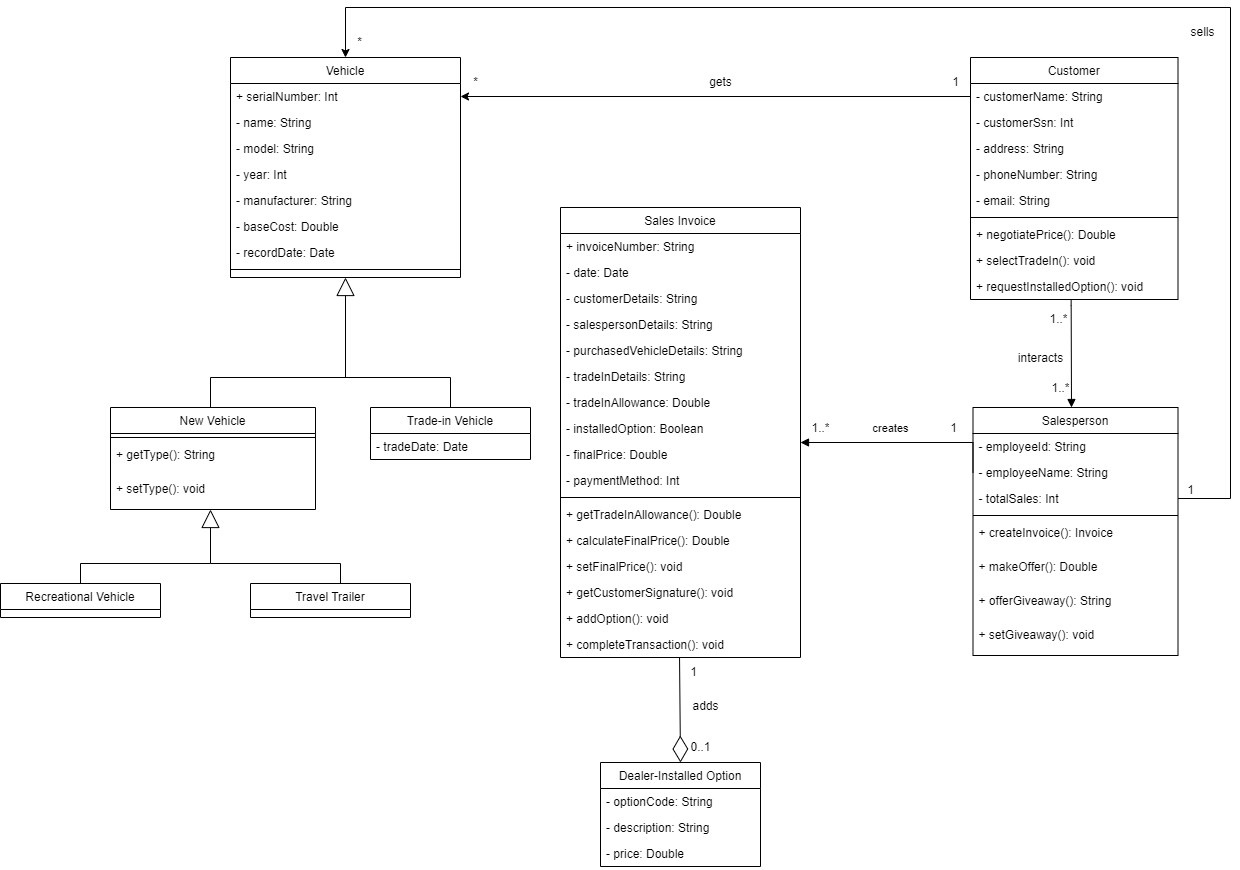
Before: holiday_travel_vehicles.drawio.png, a diagram exported from draw.io (LarryChenCode/IS7020_diagrams). Source tidied: cells renumbered, new cells last; positions are measured from the earlier drawing's top-left corner, leaving out a move shared by most shapes.
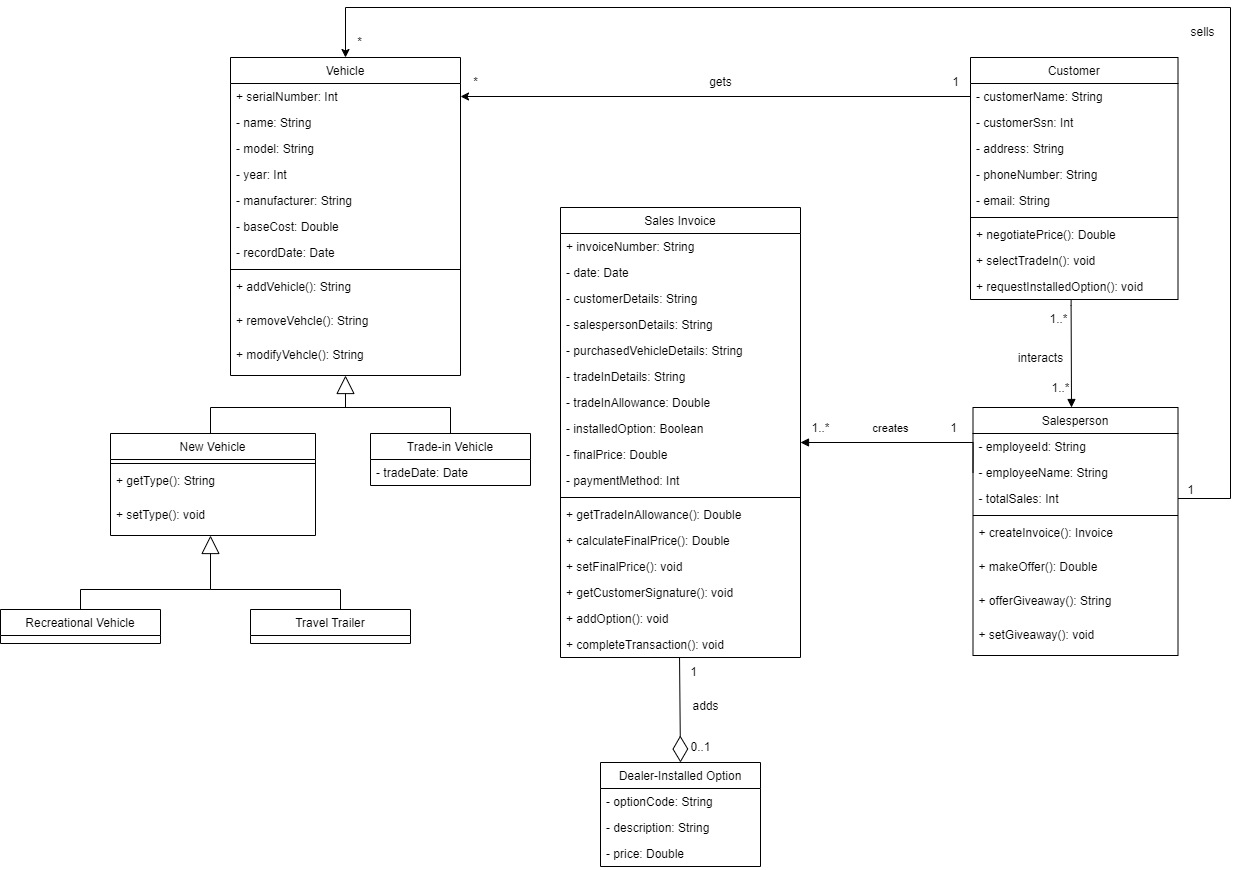
After the commit.

What changed in the source:
```diff
@@ -3,7 +3,7 @@
     <mxCell id="0" />
     <mxCell id="1" parent="0" />
     <mxCell id="2" value="Vehicle" style="swimlane;fontStyle=0;align=center;verticalAlign=top;horizontal=1;startSize=26;rounded=0;shadow=0;strokeWidth=1;" parent="1" vertex="1">
-      <mxGeometry x="230" y="50" width="230" height="220" as="geometry" />
+      <mxGeometry x="230" y="50" width="230" height="318" as="geometry" />
     </mxCell>
     <mxCell id="3" value="+ serialNumber: Int" style="text;align=left;verticalAlign=top;spacingLeft=4;spacingRight=4;overflow=hidden;points=[[0,0.5],[1,0.5]];portConstraint=eastwest;" parent="2" vertex="1">
       <mxGeometry y="26" width="230" height="26" as="geometry" />
@@ -29,6 +29,15 @@
     <mxCell id="10" style="line;html=1;strokeWidth=1;align=left;verticalAlign=middle;spacingTop=-1;spacingLeft=3;spacingRight=3;labelPosition=right;" parent="2" vertex="1">
       <mxGeometry y="208" width="230" height="8" as="geometry" />
     </mxCell>
+    <mxCell id="84" value="+ addVehicle(): String" style="text;align=left;verticalAlign=top;spacingLeft=4;spacingRight=4;overflow=hidden;fontStyle=0;" parent="2" vertex="1">
+      <mxGeometry y="216" width="230" height="34" as="geometry" />
+    </mxCell>
+    <mxCell id="85" value="+ removeVehcle(): String" style="text;align=left;verticalAlign=top;spacingLeft=4;spacingRight=4;overflow=hidden;fontStyle=0;" parent="2" vertex="1">
+      <mxGeometry y="250" width="230" height="34" as="geometry" />
+    </mxCell>
+    <mxCell id="86" value="+ modifyVehcle(): String" style="text;align=left;verticalAlign=top;spacingLeft=4;spacingRight=4;overflow=hidden;fontStyle=0;" parent="2" vertex="1">
+      <mxGeometry y="284" width="230" height="34" as="geometry" />
+    </mxCell>
     <mxCell id="11" style="edgeStyle=orthogonalEdgeStyle;rounded=0;jettySize=auto;html=1;entryX=0.5;entryY=0;entryDx=0;entryDy=0;exitX=1;exitY=0.5;exitDx=0;exitDy=0;" parent="1" edge="1" source="15" target="2">
       <mxGeometry relative="1" as="geometry">
         <Array as="points">
@@ -193,26 +202,27 @@
     <mxCell id="57" value="1..*" style="text;html=1;align=center;verticalAlign=middle;strokeColor=none;fillColor=none;" parent="1" vertex="1">
       <mxGeometry x="800" y="406" width="40" height="30" as="geometry" />
     </mxCell>
-    <mxCell id="58" style="endArrow=block;endSize=16;endFill=0;html=1;rounded=0;entryX=0.5;entryY=1;entryDx=0;entryDy=0;exitX=0.5;exitY=0;exitDx=0;exitDy=0;edgeStyle=orthogonalEdgeStyle;" parent="1" edge="1" source="59" target="2">
+    <mxCell id="58" style="endArrow=block;endSize=16;endFill=0;html=1;rounded=0;exitX=0.5;exitY=0;exitDx=0;exitDy=0;edgeStyle=orthogonalEdgeStyle;entryX=0.5;entryY=1;entryDx=0;entryDy=0;" parent="1" edge="1" source="59" target="2">
       <mxGeometry relative="1" as="geometry">
         <Array as="points">
-          <mxPoint x="450" y="370" />
-          <mxPoint x="345" y="370" />
+          <mxPoint x="450" y="400" />
+          <mxPoint x="345" y="400" />
         </Array>
       </mxGeometry>
     </mxCell>
     <mxCell id="59" value="Trade-in Vehicle" style="swimlane;fontStyle=0;align=center;verticalAlign=top;horizontal=1;startSize=26;rounded=0;shadow=0;strokeWidth=1;" parent="1" vertex="1">
-      <mxGeometry x="370" y="400" width="160" height="52" as="geometry" />
+      <mxGeometry x="370" y="426" width="160" height="52" as="geometry" />
     </mxCell>
     <mxCell id="60" value="- tradeDate: Date" style="text;align=left;verticalAlign=top;spacingLeft=4;spacingRight=4;overflow=hidden;rounded=0;shadow=0;html=0;" parent="59" vertex="1">
       <mxGeometry y="26" width="160" height="26" as="geometry" />
     </mxCell>
     <mxCell id="61" style="endArrow=none;html=1;edgeStyle=orthogonalEdgeStyle;rounded=0;exitX=0.5;exitY=0;exitDx=0;exitDy=0;" parent="1" edge="1" source="63">
       <mxGeometry relative="1" as="geometry">
-        <mxPoint x="350" y="370" as="targetPoint" />
+        <mxPoint x="350" y="400" as="targetPoint" />
         <Array as="points">
+          <mxPoint x="210" y="426" />
           <mxPoint x="210" y="400" />
-          <mxPoint x="210" y="370" />
+          <mxPoint x="350" y="400" />
         </Array>
       </mxGeometry>
     </mxCell>
@@ -220,7 +230,7 @@
       <mxGeometry x="940" y="60" width="30" height="30" as="geometry" />
     </mxCell>
     <mxCell id="63" value="New Vehicle" style="swimlane;fontStyle=0;align=center;verticalAlign=top;horizontal=1;startSize=26;rounded=0;shadow=0;strokeWidth=1;" parent="1" vertex="1">
-      <mxGeometry x="110" y="400" width="205" height="102" as="geometry" />
+      <mxGeometry x="110" y="426" width="205" height="102" as="geometry" />
     </mxCell>
     <mxCell id="64" style="line;html=1;strokeWidth=1;align=left;verticalAlign=middle;spacingTop=-1;spacingLeft=3;spacingRight=3;labelPosition=right;" parent="63" vertex="1">
       <mxGeometry y="26" width="205" height="8" as="geometry" />
@@ -232,26 +242,26 @@
       <mxGeometry y="68" width="205" height="34" as="geometry" />
     </mxCell>
     <mxCell id="67" value="Recreational Vehicle" style="swimlane;fontStyle=0;align=center;verticalAlign=top;horizontal=1;startSize=26;rounded=0;shadow=0;strokeWidth=1;" parent="1" vertex="1">
-      <mxGeometry y="576" width="160" height="34" as="geometry" />
+      <mxGeometry y="602" width="160" height="34" as="geometry" />
     </mxCell>
     <mxCell id="68" value="Travel Trailer" style="swimlane;fontStyle=0;align=center;verticalAlign=top;horizontal=1;startSize=26;rounded=0;shadow=0;strokeWidth=1;" parent="1" vertex="1">
-      <mxGeometry x="250" y="576" width="160" height="34" as="geometry" />
+      <mxGeometry x="250" y="602" width="160" height="34" as="geometry" />
     </mxCell>
     <mxCell id="69" style="endArrow=block;endSize=16;endFill=0;html=1;rounded=0;entryX=0.5;entryY=1;entryDx=0;entryDy=0;edgeStyle=orthogonalEdgeStyle;exitX=0.5;exitY=0;exitDx=0;exitDy=0;" parent="1" edge="1" source="68">
       <mxGeometry relative="1" as="geometry">
-        <mxPoint x="210" y="502" as="targetPoint" />
+        <mxPoint x="210" y="528" as="targetPoint" />
         <Array as="points">
-          <mxPoint x="340" y="556" />
-          <mxPoint x="210" y="556" />
+          <mxPoint x="340" y="582" />
+          <mxPoint x="210" y="582" />
         </Array>
       </mxGeometry>
     </mxCell>
     <mxCell id="70" style="endArrow=none;html=1;edgeStyle=orthogonalEdgeStyle;rounded=0;" parent="1" edge="1" source="67">
       <mxGeometry relative="1" as="geometry">
-        <mxPoint x="210" y="556" as="targetPoint" />
+        <mxPoint x="210" y="582" as="targetPoint" />
         <Array as="points">
-          <mxPoint x="80" y="556" />
-          <mxPoint x="210" y="556" />
+          <mxPoint x="80" y="582" />
+          <mxPoint x="210" y="582" />
         </Array>
       </mxGeometry>
     </mxCell>
```
